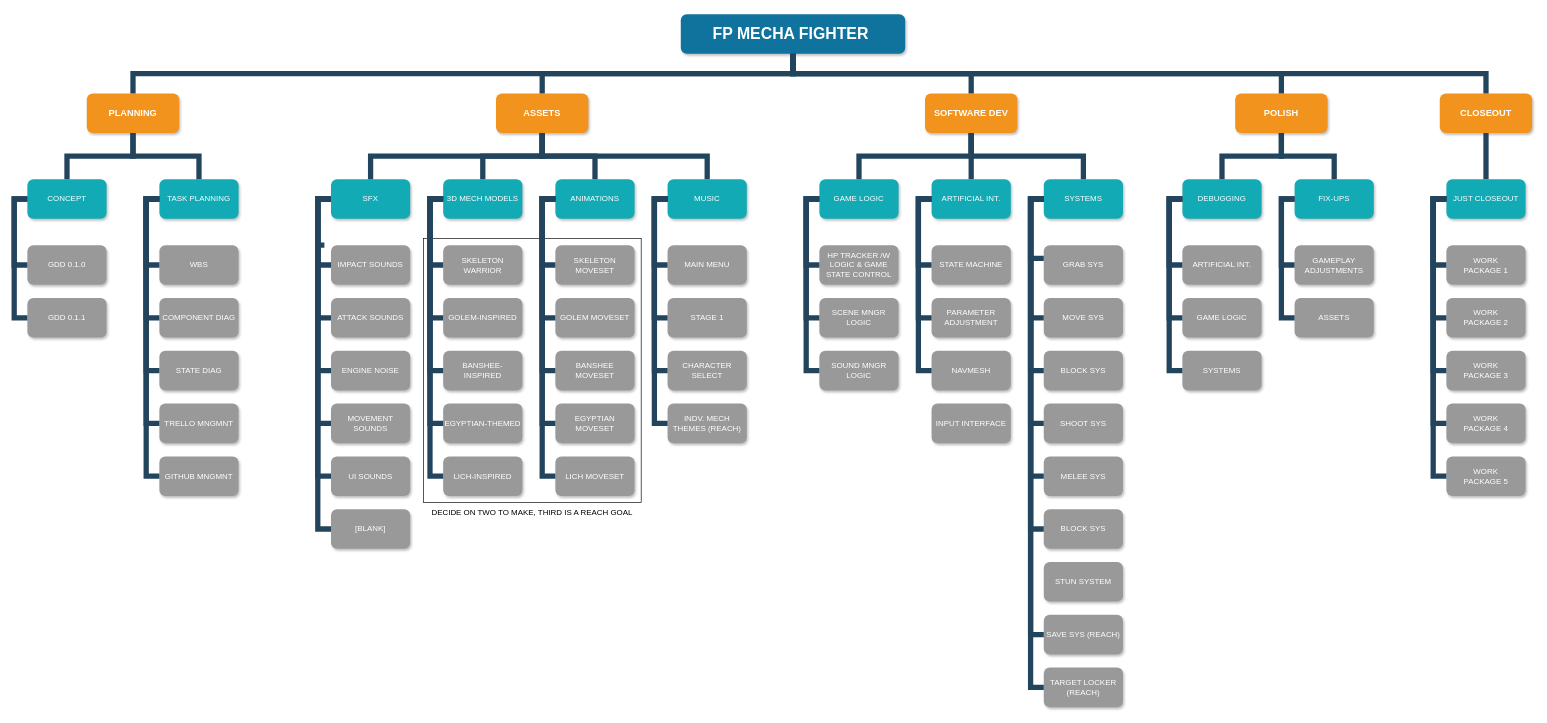
Earlier version of the draw.io diagram Diagrams/Task Breakdown.drawio (NotTom31/MechroKnights). Source tidied: cells renumbered, new cells numbered last; positions are measured from the earlier drawing's top-left corner, leaving out a move shared by most shapes. Both pictures are drawn from the tidied source at 66%, with x=0, y=0 at pixel (14, 14).
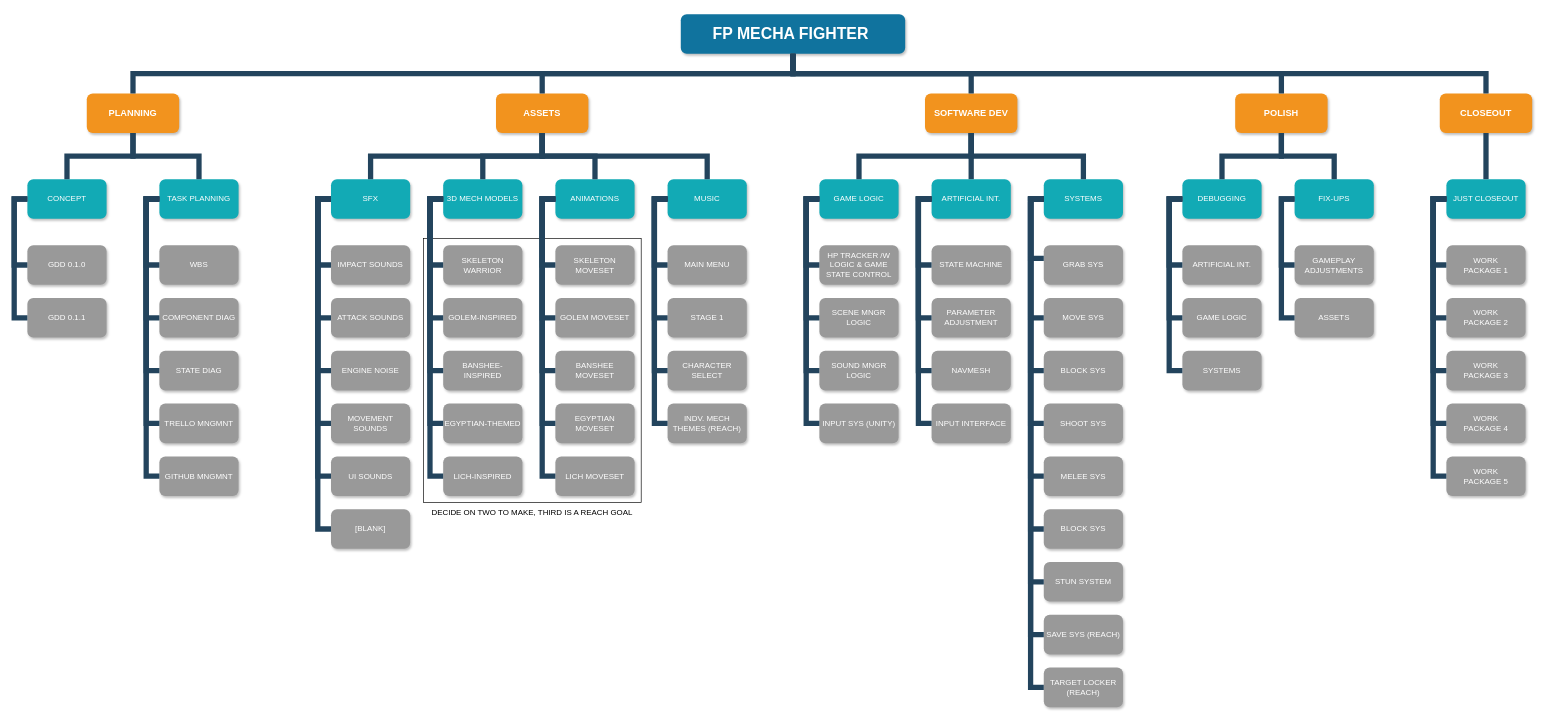
The same page after the edit.

Commit message (it also covers changes not shown here):
Task Breakdown Pass 2

Unchanged cells that the change refers to:
```xml
<mxCell id="18" value="SFX" style="whiteSpace=wrap;rounded=1;fillColor=#12AAB5;strokeColor=none;shadow=1;fontColor=#FFFFFF;" parent="1" vertex="1">
  <mxGeometry x="480" y="250" width="120" height="60" as="geometry" />
</mxCell>
<mxCell id="71" value="GAME LOGIC" style="whiteSpace=wrap;rounded=1;fillColor=#12AAB5;strokeColor=none;shadow=1;fontColor=#FFFFFF;" parent="1" vertex="1">
  <mxGeometry x="1220" y="250" width="120" height="60" as="geometry" />
</mxCell>
<mxCell id="72" value="ARTIFICIAL INT." style="whiteSpace=wrap;rounded=1;fillColor=#12AAB5;strokeColor=none;shadow=1;fontColor=#FFFFFF;" parent="1" vertex="1">
  <mxGeometry x="1390" y="250" width="120" height="60" as="geometry" />
</mxCell>
<mxCell id="85" value="SYSTEMS" style="whiteSpace=wrap;rounded=1;fillColor=#12AAB5;strokeColor=none;shadow=1;fontColor=#FFFFFF;" parent="1" vertex="1">
  <mxGeometry x="1560" y="250" width="120" height="60" as="geometry" />
</mxCell>
<mxCell id="132" value="[BLANK]" style="whiteSpace=wrap;rounded=1;fillColor=#999999;strokeColor=none;shadow=1;fontColor=#FFFFFF;fontStyle=0;" parent="1" vertex="1">
  <mxGeometry x="480" y="750" width="120" height="60" as="geometry" />
</mxCell>
<mxCell id="141" value="STUN SYSTEM" style="whiteSpace=wrap;rounded=1;fillColor=#999999;strokeColor=none;shadow=1;fontColor=#FFFFFF;fontStyle=0;" parent="1" vertex="1">
  <mxGeometry x="1560" y="830" width="120" height="60" as="geometry" />
</mxCell>
<mxCell id="142" value="INPUT INTERFACE" style="whiteSpace=wrap;rounded=1;fillColor=#999999;strokeColor=none;shadow=1;fontColor=#FFFFFF;fontStyle=0;" parent="1" vertex="1">
  <mxGeometry x="1390" y="590" width="120" height="60" as="geometry" />
</mxCell>
```

Change to the diagram source:
```diff
@@
-    <mxCell id="133" style="edgeStyle=elbowEdgeStyle;elbow=horizontal;rounded=0;fontColor=#000000;endArrow=none;endFill=0;strokeWidth=8;strokeColor=#23445D;exitX=0;exitY=0.5;exitDx=0;exitDy=0;" parent="1" edge="1" target="132">
+    <mxCell id="133" style="edgeStyle=elbowEdgeStyle;elbow=horizontal;rounded=0;fontColor=#000000;endArrow=none;endFill=0;strokeWidth=8;strokeColor=#23445D;exitX=0;exitY=0.5;exitDx=0;exitDy=0;" parent="1" edge="1" source="18" target="132">
       <mxGeometry relative="1" as="geometry">
-        <mxPoint x="470" y="350" as="sourcePoint" />
         <Array as="points">
           <mxPoint x="460" y="580" />
         </Array>
       </mxGeometry>
     </mxCell>
@@
+    <mxCell id="143" style="edgeStyle=elbowEdgeStyle;elbow=horizontal;rounded=0;fontColor=#000000;endArrow=none;endFill=0;strokeWidth=8;strokeColor=#23445D;entryX=0;entryY=0.5;entryDx=0;entryDy=0;exitX=0;exitY=0.5;exitDx=0;exitDy=0;" parent="1" edge="1" source="72" target="142">
+      <mxGeometry relative="1" as="geometry">
+        <Array as="points">
+          <mxPoint x="1370" y="503" />
+        </Array>
+      </mxGeometry>
+    </mxCell>
+    <mxCell id="144" value="INPUT SYS (UNITY)" style="whiteSpace=wrap;rounded=1;fillColor=#999999;strokeColor=none;shadow=1;fontColor=#FFFFFF;fontStyle=0;" parent="1" vertex="1">
+      <mxGeometry x="1220" y="590" width="120" height="60" as="geometry" />
+    </mxCell>
+    <mxCell id="145" style="edgeStyle=elbowEdgeStyle;elbow=horizontal;rounded=0;fontColor=#000000;endArrow=none;endFill=0;strokeWidth=8;strokeColor=#23445D;exitX=0;exitY=0.5;exitDx=0;exitDy=0;entryX=0;entryY=0.5;entryDx=0;entryDy=0;" parent="1" edge="1" source="71" target="144">
+      <mxGeometry relative="1" as="geometry">
+        <Array as="points">
+          <mxPoint x="1200" y="470" />
+        </Array>
+      </mxGeometry>
+    </mxCell>
+    <mxCell id="146" style="edgeStyle=elbowEdgeStyle;elbow=horizontal;rounded=0;fontColor=#000000;endArrow=none;endFill=0;strokeWidth=8;strokeColor=#23445D;entryX=0;entryY=0.5;entryDx=0;entryDy=0;exitX=0;exitY=0.5;exitDx=0;exitDy=0;" parent="1" edge="1" source="85" target="141">
+      <mxGeometry relative="1" as="geometry">
+        <Array as="points">
+          <mxPoint x="1540" y="710" />
+        </Array>
+      </mxGeometry>
+    </mxCell>
```
